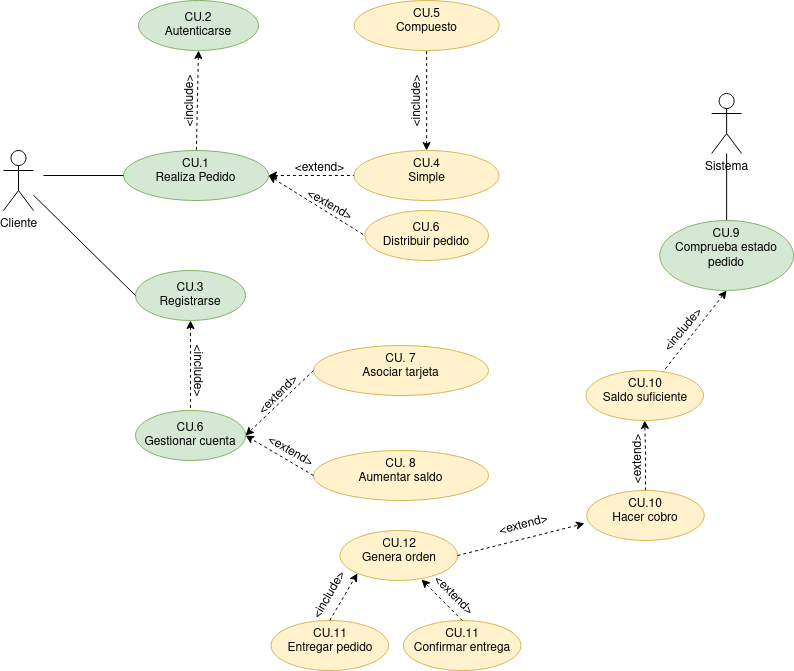
colidom/ets keeps this draw.io diagram as Tareas/casosUso/Tarea5-Tienda Virtual/TiendaVirtual.drawio.png. Above is the earlier version. Source tidied: cells renumbered, new cells last; positions are measured from the earlier drawing's top-left corner, leaving out a move shared by most shapes.
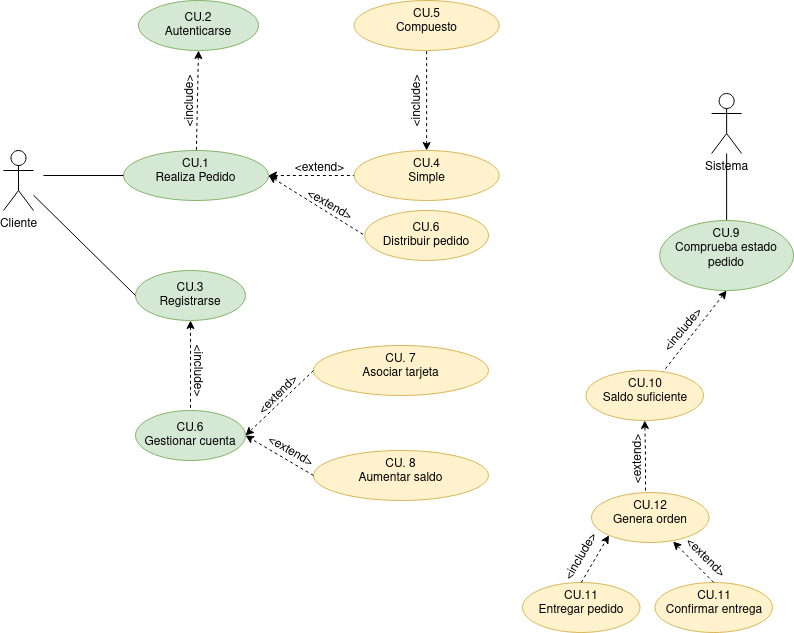
The same file after the commit.

The edit, as a diff of the source:
```diff
@@ -91,7 +91,7 @@
       <mxGeometry x="582.5" y="370" width="117.5" height="50" as="geometry" />
     </mxCell>
     <mxCell id="30" value="CU.11&lt;br&gt;Entregar pedido" style="ellipse;whiteSpace=wrap;html=1;verticalAlign=top;fillColor=#fff2cc;strokeColor=#d6b656;" parent="1" vertex="1">
-      <mxGeometry x="267.5" y="620" width="117.5" height="50" as="geometry" />
+      <mxGeometry x="519" y="582" width="117.5" height="50" as="geometry" />
     </mxCell>
     <mxCell id="31" style="endArrow=classic;html=1;rounded=0;exitX=0.5;exitY=0;exitDx=0;exitDy=0;dashed=1;entryX=0;entryY=1;entryDx=0;entryDy=0;" parent="1" edge="1" source="30" target="37">
       <mxGeometry relative="1" as="geometry" />
@@ -100,7 +100,7 @@
       <mxGeometry x="640" y="315" width="80" height="30" as="geometry" />
     </mxCell>
     <mxCell id="33" value="&amp;lt;extend&amp;gt;" style="text;html=1;align=center;verticalAlign=middle;strokeColor=none;fillColor=none;rotation=45;" parent="1" vertex="1">
-      <mxGeometry x="415" y="580" width="70" height="30" as="geometry" />
+      <mxGeometry x="666.5" y="542" width="70" height="30" as="geometry" />
     </mxCell>
     <mxCell id="34" value="CU.6&lt;br&gt;Distribuir pedido" style="ellipse;whiteSpace=wrap;html=1;fillColor=#fff2cc;strokeColor=#d6b656;" parent="1" vertex="1">
       <mxGeometry x="361.2" y="210" width="123.8" height="50" as="geometry" />
@@ -112,34 +112,27 @@
       <mxGeometry relative="1" as="geometry" />
     </mxCell>
     <mxCell id="37" value="CU.12&lt;br&gt;Genera orden" style="ellipse;whiteSpace=wrap;html=1;verticalAlign=top;fillColor=#fff2cc;strokeColor=#d6b656;" parent="1" vertex="1">
-      <mxGeometry x="336.5" y="530" width="117.5" height="50" as="geometry" />
+      <mxGeometry x="588" y="492" width="117.5" height="50" as="geometry" />
     </mxCell>
-    <mxCell id="38" value="&amp;lt;extend&amp;gt;" style="text;html=1;align=center;verticalAlign=middle;strokeColor=none;fillColor=none;rotation=-15;" parent="1" vertex="1">
-      <mxGeometry x="485" y="510" width="70" height="30" as="geometry" />
-    </mxCell>
-    <mxCell id="39" style="endArrow=classic;html=1;rounded=0;exitX=1;exitY=0.5;exitDx=0;exitDy=0;dashed=1;entryX=-0.019;entryY=0.66;entryDx=0;entryDy=0;entryPerimeter=0;" parent="1" edge="1" source="37" target="42">
-      <mxGeometry relative="1" as="geometry" />
-    </mxCell>
     <mxCell id="40" value="&amp;lt;include&amp;gt;" style="text;html=1;align=center;verticalAlign=middle;strokeColor=none;fillColor=none;rotation=-90;" parent="1" vertex="1">
       <mxGeometry x="374" y="86" width="80" height="30" as="geometry" />
     </mxCell>
-    <mxCell id="41" style="edgeStyle=orthogonalEdgeStyle;rounded=0;jettySize=auto;html=1;entryX=0.5;entryY=1;entryDx=0;entryDy=0;dashed=1;" parent="1" edge="1" source="42" target="29">
-      <mxGeometry relative="1" as="geometry" />
+    <mxCell id="41" style="edgeStyle=orthogonalEdgeStyle;rounded=0;jettySize=auto;html=1;entryX=0.5;entryY=1;entryDx=0;entryDy=0;dashed=1;" parent="1" edge="1" target="29">
+      <mxGeometry relative="1" as="geometry">
+        <mxPoint x="642" y="490" as="sourcePoint" />
+      </mxGeometry>
     </mxCell>
-    <mxCell id="42" value="CU.10&lt;br&gt;Hacer cobro" style="ellipse;whiteSpace=wrap;html=1;verticalAlign=top;fillColor=#fff2cc;strokeColor=#d6b656;" parent="1" vertex="1">
-      <mxGeometry x="583.2" y="490" width="117.5" height="50" as="geometry" />
-    </mxCell>
     <mxCell id="43" value="&amp;lt;extend&amp;gt;" style="text;html=1;align=center;verticalAlign=middle;strokeColor=none;fillColor=none;rotation=-90;" parent="1" vertex="1">
       <mxGeometry x="600" y="444" width="70" height="30" as="geometry" />
     </mxCell>
     <mxCell id="44" value="&lt;div&gt;CU.11&lt;/div&gt;&lt;div&gt;Confirmar entrega&lt;br&gt;&lt;/div&gt;" style="ellipse;whiteSpace=wrap;html=1;verticalAlign=top;fillColor=#fff2cc;strokeColor=#d6b656;" parent="1" vertex="1">
-      <mxGeometry x="400" y="620" width="117.5" height="50" as="geometry" />
+      <mxGeometry x="651.5" y="582" width="117.5" height="50" as="geometry" />
     </mxCell>
     <mxCell id="45" style="endArrow=classic;html=1;rounded=0;exitX=0.5;exitY=0;exitDx=0;exitDy=0;dashed=1;entryX=0.694;entryY=0.98;entryDx=0;entryDy=0;entryPerimeter=0;" parent="1" edge="1" source="44" target="37">
       <mxGeometry relative="1" as="geometry" />
     </mxCell>
     <mxCell id="46" value="&amp;lt;include&amp;gt;" style="text;html=1;align=center;verticalAlign=middle;strokeColor=none;fillColor=none;rotation=-60;" parent="1" vertex="1">
-      <mxGeometry x="286.2" y="580" width="80" height="30" as="geometry" />
+      <mxGeometry x="537.8" y="542" width="80" height="30" as="geometry" />
     </mxCell>
   </root>
 </mxGraphModel>
```
